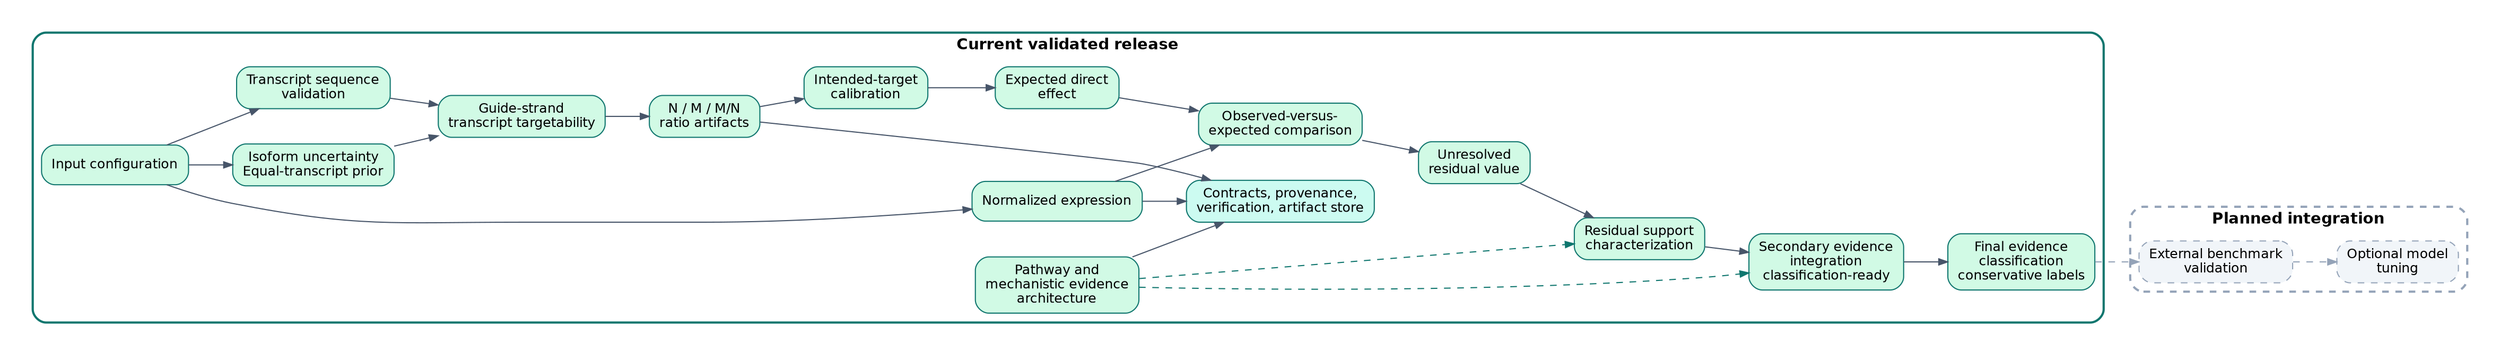
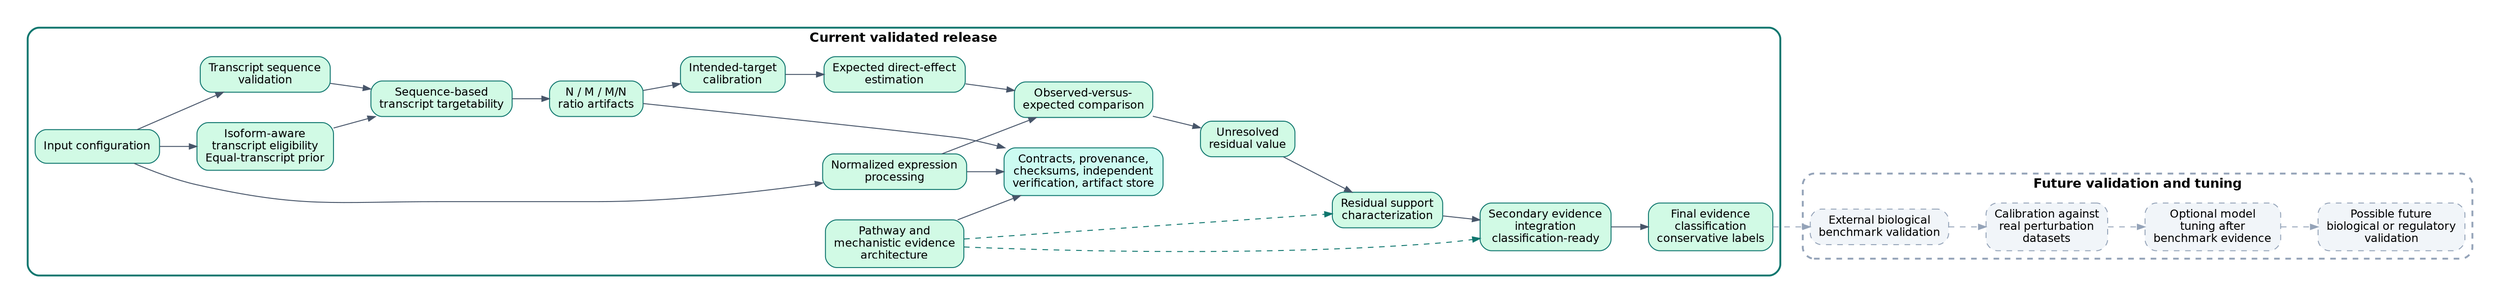
digraph G {
  graph [rankdir=LR, bgcolor="white", pad="0.3", nodesep="0.45", ranksep="0.55"];
  node [shape=box, style="rounded,filled", fontname="Helvetica", fontsize=12, margin="0.12,0.08"];
  edge [fontname="Helvetica", fontsize=10, color="#475569", arrowsize=0.8];

  subgraph cluster_current {
    label="Current validated release";
    color="#0f766e";
    penwidth=2;
    style="rounded";
    fontname="Helvetica-Bold";
    cfg [label="Input configuration", fillcolor="#d1fae5", color="#0f766e"];
-     expr [label="Normalized expression", fillcolor="#d1fae5", color="#0f766e"];
-     iso [label="Isoform uncertainty\nEqual-transcript prior", fillcolor="#d1fae5", color="#0f766e"];
+     expr [label="Normalized expression\nprocessing", fillcolor="#d1fae5", color="#0f766e"];
+     iso [label="Isoform-aware\ntranscript eligibility\nEqual-transcript prior", fillcolor="#d1fae5", color="#0f766e"];
    seq [label="Transcript sequence\nvalidation", fillcolor="#d1fae5", color="#0f766e"];
-     targ [label="Guide-strand\ntranscript targetability", fillcolor="#d1fae5", color="#0f766e"];
+     targ [label="Sequence-based\ntranscript targetability", fillcolor="#d1fae5", color="#0f766e"];
    ratio [label="N / M / M/N\nratio artifacts", fillcolor="#d1fae5", color="#0f766e"];
    cal [label="Intended-target\ncalibration", fillcolor="#d1fae5", color="#0f766e"];
-     exp [label="Expected direct\neffect", fillcolor="#d1fae5", color="#0f766e"];
+     exp [label="Expected direct-effect\nestimation", fillcolor="#d1fae5", color="#0f766e"];
    comp [label="Observed-versus-\nexpected comparison", fillcolor="#d1fae5", color="#0f766e"];
    res [label="Unresolved\nresidual value", fillcolor="#d1fae5", color="#0f766e"];
    support [label="Residual support\ncharacterization", fillcolor="#d1fae5", color="#0f766e"];
    secint [label="Secondary evidence\nintegration\nclassification-ready", fillcolor="#d1fae5", color="#0f766e"];
    cls [label="Final evidence\nclassification\nconservative labels", fillcolor="#d1fae5", color="#0f766e"];
    path [label="Pathway and\nmechanistic evidence\narchitecture", fillcolor="#d1fae5", color="#0f766e"];
-     store [label="Contracts, provenance,\nverification, artifact store", fillcolor="#ccfbf1", color="#0f766e"];
+     store [label="Contracts, provenance,\nchecksums, independent\nverification, artifact store", fillcolor="#ccfbf1", color="#0f766e"];
  }

  subgraph cluster_planned {
-     label="Planned integration";
+     label="Future validation and tuning";
    color="#94a3b8";
    penwidth=2;
    style="rounded,dashed";
    fontname="Helvetica-Bold";
-     bench [label="External benchmark\nvalidation", fillcolor="#f1f5f9", color="#94a3b8", style="rounded,filled,dashed"];
-     tuning [label="Optional model\ntuning", fillcolor="#f1f5f9", color="#94a3b8", style="rounded,filled,dashed"];
+     bench [label="External biological\nbenchmark validation", fillcolor="#f1f5f9", color="#94a3b8", style="rounded,filled,dashed"];
+     realcal [label="Calibration against\nreal perturbation\ndatasets", fillcolor="#f1f5f9", color="#94a3b8", style="rounded,filled,dashed"];
+     tuning [label="Optional model\ntuning after\nbenchmark evidence", fillcolor="#f1f5f9", color="#94a3b8", style="rounded,filled,dashed"];
+     futureval [label="Possible future\nbiological or regulatory\nvalidation", fillcolor="#f1f5f9", color="#94a3b8", style="rounded,filled,dashed"];
  }

  cfg -> expr;
  cfg -> iso;
  cfg -> seq;
  expr -> store;
  iso -> targ;
  seq -> targ;
  targ -> ratio;
  ratio -> store;
  path -> store;
  expr -> comp;
  ratio -> cal;
  cal -> exp;
  exp -> comp;
  comp -> res;
  res -> support;
  path -> support [style=dashed, color="#0f766e"];
  support -> secint;
  path -> secint [style=dashed, color="#0f766e"];
  secint -> cls;
  cls -> bench [style=dashed, color="#94a3b8"];
-   bench -> tuning [style=dashed, color="#94a3b8"];
+   bench -> realcal [style=dashed, color="#94a3b8"];
+   realcal -> tuning [style=dashed, color="#94a3b8"];
+   tuning -> futureval [style=dashed, color="#94a3b8"];
}
